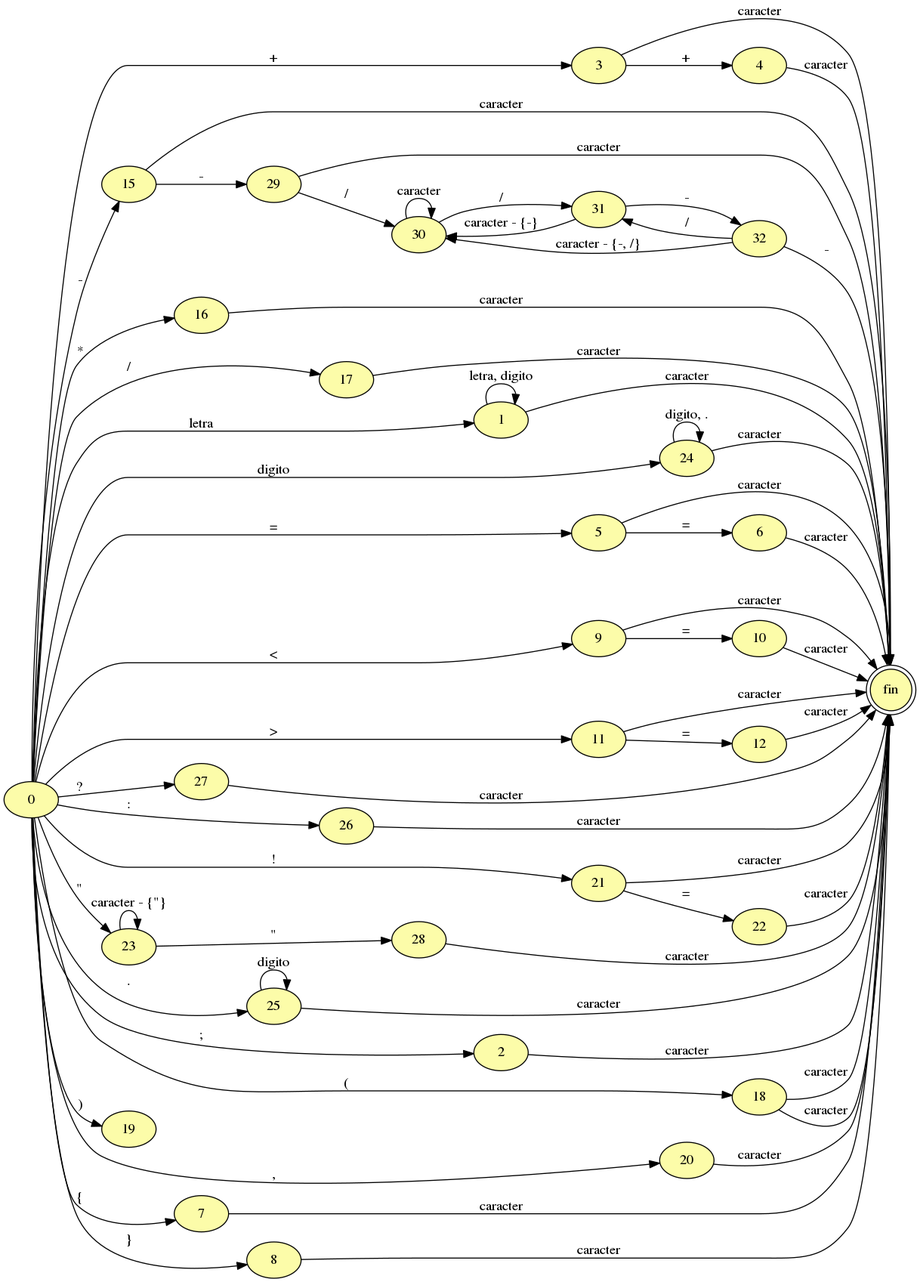
Before: doc/automata.png, a diagram exported from Graphviz (romeroyonatan/lyc). Its source is kept beside it as doc/automata.gv.
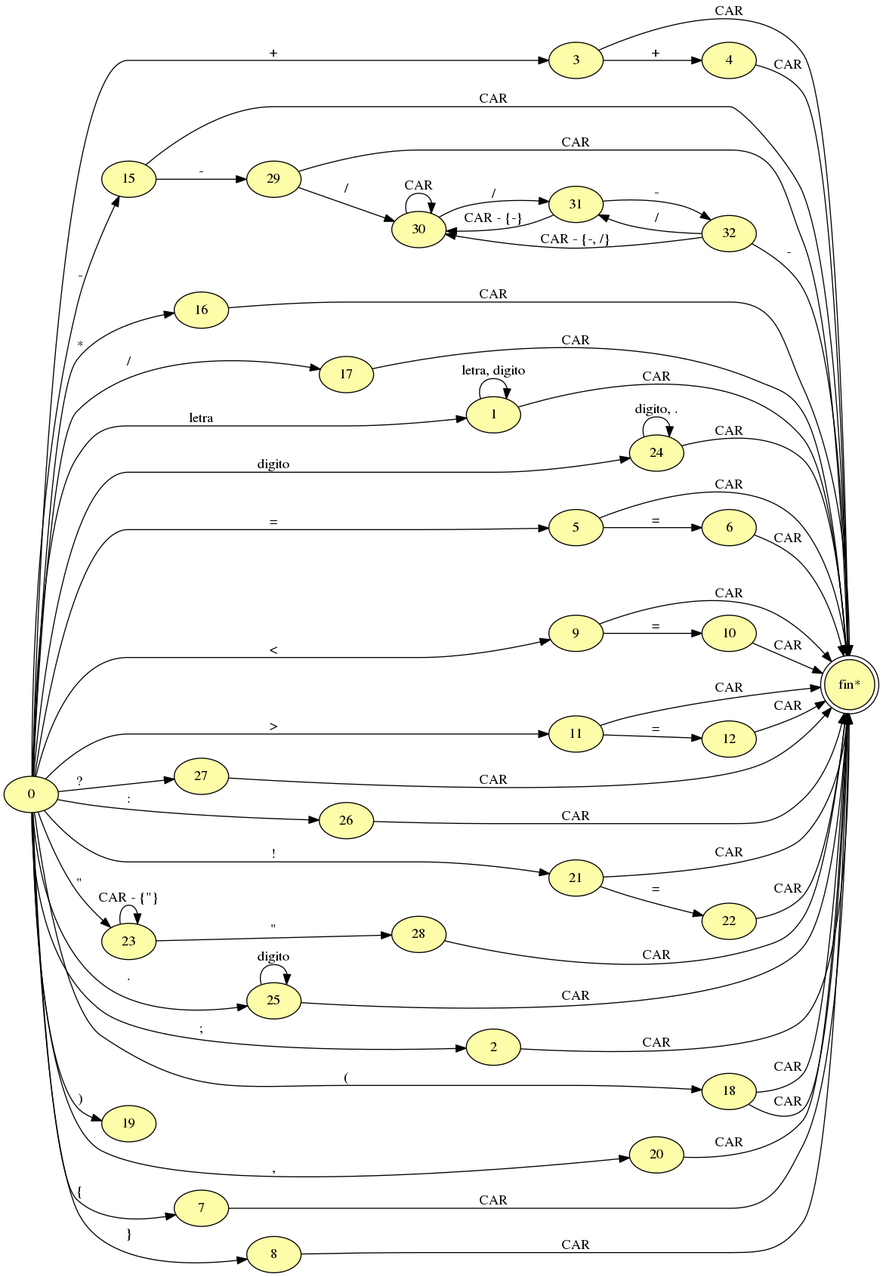
The same file after the commit.

Commit message:
Mejoras para que quede mas lindo el automata

Change to the diagram source:
```diff
@@ -2,7 +2,7 @@
 
     rankdir=LR;
     node [fillcolor="#FCFCA9", style=filled];
-    fin [shape=doublecircle];
+    fin [label="fin*", shape=doublecircle];
 
     0->3  [label="+"];
     0->15 [label="-"];
@@ -26,71 +26,71 @@
     0->8 [label="}"];
 
     1->1 [label="letra, digito"];
-    1->fin [label="caracter"];
+    1->fin [label="CAR"];
 
-    2->fin [label="caracter"];
+    2->fin [label="CAR"];
 
     3->4 [label="+"];
-    3->fin [label="caracter"];
+    3->fin [label="CAR"];
 
-    4->fin [label="caracter"];
+    4->fin [label="CAR"];
 
     5->6 [label="="];
-    5->fin [label="caracter"];
+    5->fin [label="CAR"];
 
-    6->fin [label="caracter"];
-    7->fin [label="caracter"];
-    8->fin [label="caracter"];
+    6->fin [label="CAR"];
+    7->fin [label="CAR"];
+    8->fin [label="CAR"];
 
     9->10 [label="="];
-    9->fin [label="caracter"];
+    9->fin [label="CAR"];
 
-    10->fin [label="caracter"];
+    10->fin [label="CAR"];
 
     11->12 [label="="];
-    11->fin [label="caracter"];
+    11->fin [label="CAR"];
 
-    12->fin [label="caracter"];
+    12->fin [label="CAR"];
 
 
 
     15->29 [label="-"];
-    15->fin [label="caracter"];
+    15->fin [label="CAR"];
 
-    16->fin [label="caracter"];
-    17->fin [label="caracter"];
-    18->fin [label="caracter"];
-    18->fin [label="caracter"];
-    20->fin [label="caracter"];
+    16->fin [label="CAR"];
+    17->fin [label="CAR"];
+    18->fin [label="CAR"];
+    18->fin [label="CAR"];
+    20->fin [label="CAR"];
 
     21->22 [label="="];
-    21->fin [label="caracter"];
+    21->fin [label="CAR"];
 
-    22->fin [label="caracter"];
+    22->fin [label="CAR"];
 
-    23->23 [label="caracter - {\"}"];
+    23->23 [label="CAR - {\"}"];
     23->28 [label="\""];
 
     24->24 [label="digito, ."];
-    24->fin [label="caracter"];
+    24->fin [label="CAR"];
 
     25->25 [label="digito"];
-    25->fin [label="caracter"];
+    25->fin [label="CAR"];
 
-    26->fin [label="caracter"];
-    27->fin [label="caracter"];
-    28->fin [label="caracter"];
+    26->fin [label="CAR"];
+    27->fin [label="CAR"];
+    28->fin [label="CAR"];
 
     29->30 [label="/"];
-    29->fin [label="caracter"];
+    29->fin [label="CAR"];
 
-    30->30 [label="caracter"];
+    30->30 [label="CAR"];
     30->31 [label="/"];
 
-    31->30 [label="caracter - {-}"];
+    31->30 [label="CAR - {-}"];
     31->32 [label="-"];
 
-    32->30 [label="caracter - {-, /}"];
+    32->30 [label="CAR - {-, /}"];
     32->31 [label="/"];
     32->fin [label="-"];
 }
```
